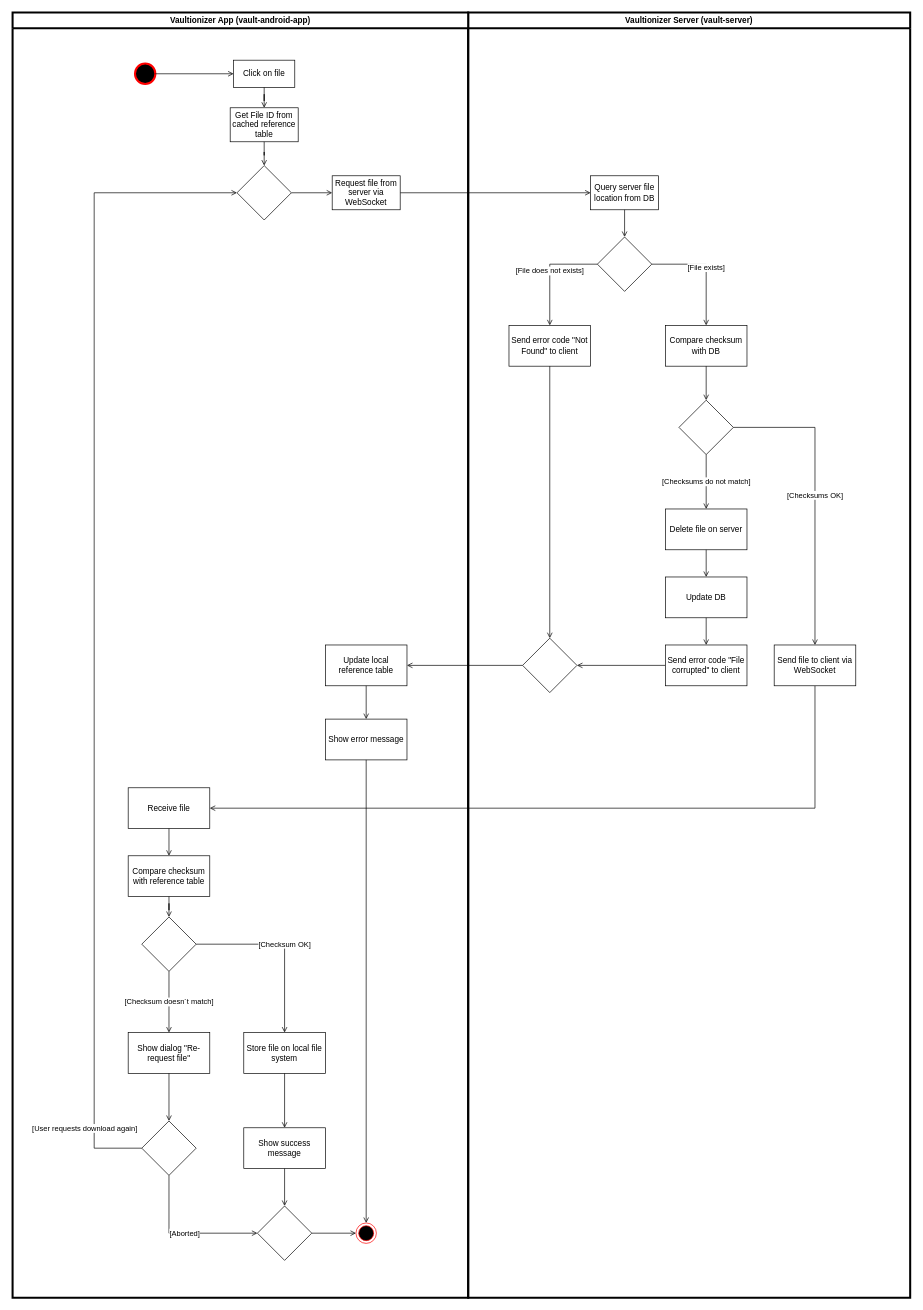
Before: img/use_cases/uc_download_file.drawio in Vaultionizer/vault-docs, a draw.io diagram. Source tidied: cells renumbered, new cells numbered last; positions are measured from the earlier drawing's top-left corner, leaving out a move shared by most shapes. Both pictures are drawn from the tidied source at 68%, with x=0, y=0 at pixel (12, 12).
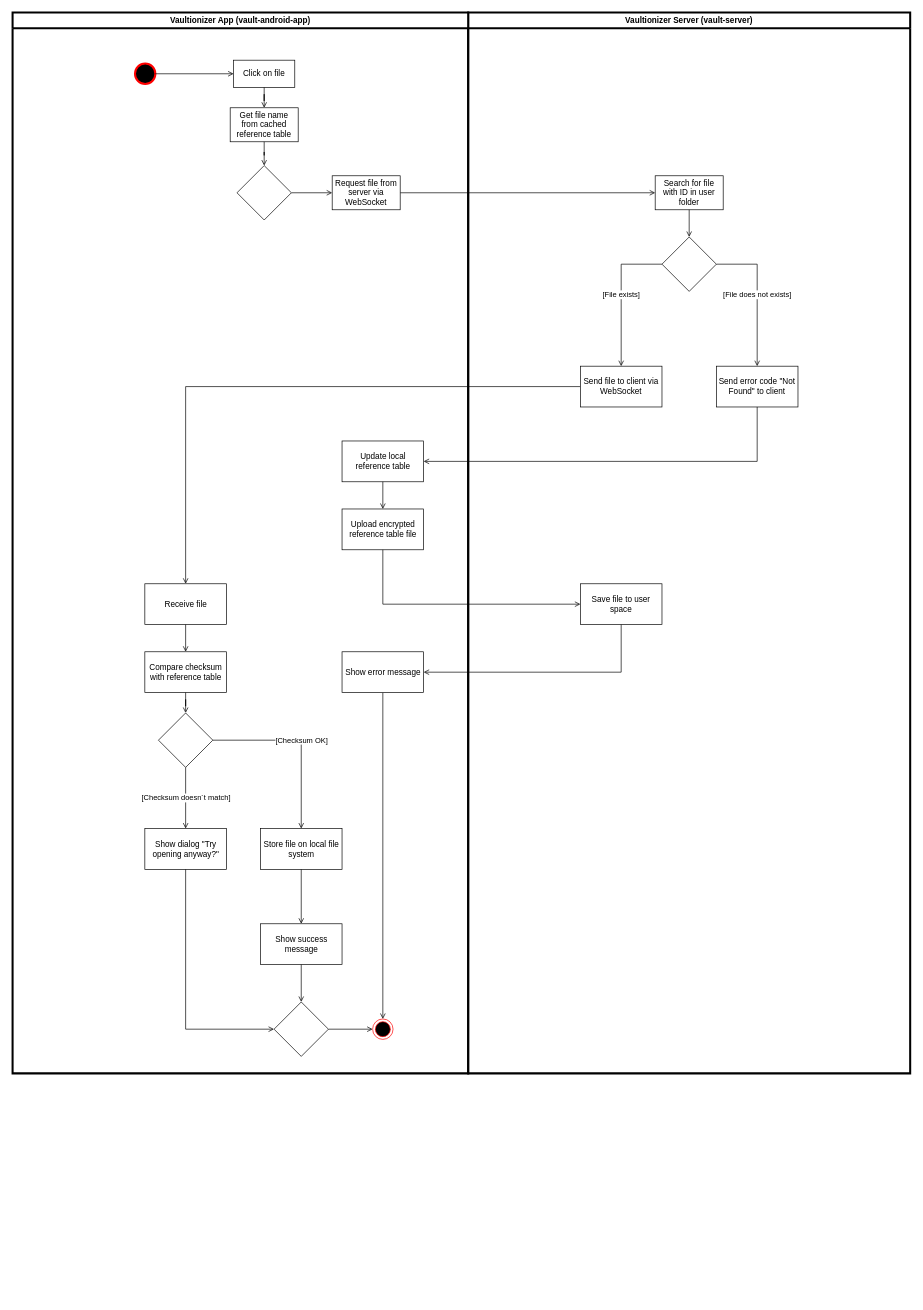
Above is the later version.

The change refers to these unchanged cells:
```xml
<mxCell id="5" style="group;" parent="1" vertex="1">
  <mxGeometry x="670" width="650" height="1890" as="geometry" />
</mxCell>
<mxCell id="27" style="group;" parent="1" vertex="1">
  <mxGeometry width="670" height="1890" as="geometry" />
</mxCell>
<mxCell id="47" style="rhombus;whiteSpace=wrap;html=1;rounded=0;" parent="27" vertex="1">
  <mxGeometry x="330" y="225" width="80" height="80" as="geometry" />
</mxCell>
```

The edit, as a diff of the source:
```diff
@@
-    <mxCell id="3" style="edgeStyle=orthogonalEdgeStyle;rounded=0;jettySize=auto;html=1;exitX=0.5;exitY=1;exitDx=0;exitDy=0;entryX=1;entryY=0.5;entryDx=0;entryDy=0;endArrow=open;endFill=0;strokeColor=#000000;" parent="1" edge="1" source="9" target="35">
+    <mxCell id="3" style="edgeStyle=orthogonalEdgeStyle;rounded=0;jettySize=auto;html=1;exitX=0;exitY=0.5;exitDx=0;exitDy=0;entryX=0.5;entryY=0;entryDx=0;entryDy=0;endArrow=open;endFill=0;strokeColor=#000000;" parent="1" edge="1" source="9" target="35">
       <mxGeometry relative="1" as="geometry" />
     </mxCell>
-    <mxCell id="4" style="edgeStyle=orthogonalEdgeStyle;rounded=0;jettySize=auto;html=1;endArrow=open;endFill=0;strokeColor=#000000;" parent="1" edge="1" source="12" target="33">
-      <mxGeometry relative="1" as="geometry" />
-    </mxCell>
@@
+    <mxCell id="26" value="Vaultionizer Server (vault-server)" style="swimlane;strokeWidth=3;" parent="5" vertex="1">
+      <mxGeometry width="650" height="1560" as="geometry" />
+    </mxCell>
-    <mxCell id="6" value="Query server file location from DB" style="rounded=0;whiteSpace=wrap;html=1;" parent="5" vertex="1">
-      <mxGeometry x="180" y="240" width="100" height="50" as="geometry" />
+    <mxCell id="6" value="Search for file with ID in user folder" style="rounded=0;whiteSpace=wrap;html=1;" parent="26" vertex="1">
+      <mxGeometry x="275" y="240" width="100" height="50" as="geometry" />
     </mxCell>
-    <mxCell id="7" style="rhombus;whiteSpace=wrap;html=1;rounded=0;" parent="5" vertex="1">
-      <mxGeometry x="190" y="330" width="80" height="80" as="geometry" />
+    <mxCell id="7" style="rhombus;whiteSpace=wrap;html=1;rounded=0;" parent="26" vertex="1">
+      <mxGeometry x="285" y="330" width="80" height="80" as="geometry" />
     </mxCell>
-    <mxCell id="8" style="edgeStyle=orthogonalEdgeStyle;rounded=0;jettySize=auto;html=1;endArrow=open;endFill=0;strokeColor=#000000;" parent="5" edge="1" source="6" target="7">
+    <mxCell id="8" style="edgeStyle=orthogonalEdgeStyle;rounded=0;jettySize=auto;html=1;endArrow=open;endFill=0;strokeColor=#000000;" parent="26" edge="1" source="6" target="7">
       <mxGeometry relative="1" as="geometry" />
     </mxCell>
+    <mxCell id="11" value="[File does not exists]" style="edgeStyle=orthogonalEdgeStyle;rounded=0;jettySize=auto;html=1;endArrow=open;endFill=0;strokeColor=#000000;exitX=1;exitY=0.5;exitDx=0;exitDy=0;" parent="26" edge="1" source="7" target="10">
+      <mxGeometry relative="1" as="geometry" />
+    </mxCell>
+    <mxCell id="15" value="[File exists]" style="edgeStyle=orthogonalEdgeStyle;rounded=0;jettySize=auto;html=1;endArrow=open;endFill=0;strokeColor=#000000;exitX=0;exitY=0.5;exitDx=0;exitDy=0;" parent="26" edge="1" source="7" target="9">
+      <mxGeometry relative="1" as="geometry" />
+    </mxCell>
-    <mxCell id="9" value="Send file to client via WebSocket" style="whiteSpace=wrap;html=1;rounded=0;" parent="5" vertex="1">
-      <mxGeometry x="450" y="930" width="120" height="60" as="geometry" />
+    <mxCell id="9" value="Send file to client via WebSocket" style="whiteSpace=wrap;html=1;rounded=0;" parent="26" vertex="1">
+      <mxGeometry x="165" y="520" width="120" height="60" as="geometry" />
     </mxCell>
-    <mxCell id="10" value="Send error code &quot;Not Found&quot; to client" style="whiteSpace=wrap;html=1;rounded=0;" parent="5" vertex="1">
-      <mxGeometry x="60" y="460" width="120" height="60" as="geometry" />
+    <mxCell id="10" value="Send error code &quot;Not Found&quot; to client" style="whiteSpace=wrap;html=1;rounded=0;" parent="26" vertex="1">
+      <mxGeometry x="365" y="520" width="120" height="60" as="geometry" />
     </mxCell>
-    <mxCell id="11" value="[File does not exists]" style="edgeStyle=orthogonalEdgeStyle;rounded=0;jettySize=auto;html=1;endArrow=open;endFill=0;strokeColor=#000000;" parent="5" edge="1" source="7" target="10">
-      <mxGeometry relative="1" as="geometry" />
-    </mxCell>
-    <mxCell id="12" style="rhombus;whiteSpace=wrap;html=1;rounded=0;" parent="5" vertex="1">
-      <mxGeometry x="80" y="920" width="80" height="80" as="geometry" />
-    </mxCell>
-    <mxCell id="13" style="edgeStyle=orthogonalEdgeStyle;rounded=0;jettySize=auto;html=1;endArrow=open;endFill=0;strokeColor=#000000;" parent="5" edge="1" source="10" target="12">
-      <mxGeometry relative="1" as="geometry" />
-    </mxCell>
-    <mxCell id="14" value="&lt;div&gt;Compare checksum with DB&lt;br&gt;&lt;/div&gt;" style="whiteSpace=wrap;html=1;rounded=0;" parent="5" vertex="1">
-      <mxGeometry x="290" y="460" width="120" height="60" as="geometry" />
-    </mxCell>
-    <mxCell id="15" value="[File exists]" style="edgeStyle=orthogonalEdgeStyle;rounded=0;jettySize=auto;html=1;endArrow=open;endFill=0;strokeColor=#000000;exitX=1;exitY=0.5;exitDx=0;exitDy=0;entryX=0.5;entryY=0;entryDx=0;entryDy=0;" parent="5" edge="1" source="7" target="14">
-      <mxGeometry relative="1" as="geometry" />
-    </mxCell>
-    <mxCell id="16" value="[Checksums OK]" style="edgeStyle=orthogonalEdgeStyle;rounded=0;jettySize=auto;html=1;endArrow=open;endFill=0;strokeColor=#000000;" parent="5" edge="1" source="17" target="9">
-      <mxGeometry relative="1" as="geometry" />
-    </mxCell>
-    <mxCell id="17" style="rhombus;whiteSpace=wrap;html=1;rounded=0;" parent="5" vertex="1">
-      <mxGeometry x="310" y="570" width="80" height="80" as="geometry" />
-    </mxCell>
-    <mxCell id="18" style="edgeStyle=orthogonalEdgeStyle;rounded=0;jettySize=auto;html=1;endArrow=open;endFill=0;strokeColor=#000000;" parent="5" edge="1" source="14" target="17">
-      <mxGeometry relative="1" as="geometry" />
-    </mxCell>
-    <mxCell id="19" value="Delete file on server" style="whiteSpace=wrap;html=1;rounded=0;" parent="5" vertex="1">
-      <mxGeometry x="290" y="730" width="120" height="60" as="geometry" />
-    </mxCell>
-    <mxCell id="20" value="[Checksums do not match]" style="edgeStyle=orthogonalEdgeStyle;rounded=0;jettySize=auto;html=1;endArrow=open;endFill=0;strokeColor=#000000;" parent="5" edge="1" source="17" target="19">
-      <mxGeometry relative="1" as="geometry" />
-    </mxCell>
-    <mxCell id="21" value="Update DB" style="whiteSpace=wrap;html=1;rounded=0;" parent="5" vertex="1">
-      <mxGeometry x="290" y="830" width="120" height="60" as="geometry" />
-    </mxCell>
-    <mxCell id="22" style="edgeStyle=orthogonalEdgeStyle;rounded=0;jettySize=auto;html=1;endArrow=open;endFill=0;strokeColor=#000000;" parent="5" edge="1" source="19" target="21">
-      <mxGeometry relative="1" as="geometry" />
-    </mxCell>
-    <mxCell id="23" style="edgeStyle=orthogonalEdgeStyle;rounded=0;jettySize=auto;html=1;exitX=0;exitY=0.5;exitDx=0;exitDy=0;entryX=1;entryY=0.5;entryDx=0;entryDy=0;endArrow=open;endFill=0;strokeColor=#000000;" parent="5" edge="1" source="24" target="12">
-      <mxGeometry relative="1" as="geometry" />
-    </mxCell>
-    <mxCell id="24" value="Send error code &quot;File corrupted&quot; to client" style="whiteSpace=wrap;html=1;rounded=0;" parent="5" vertex="1">
-      <mxGeometry x="290" y="930" width="120" height="60" as="geometry" />
-    </mxCell>
-    <mxCell id="25" style="edgeStyle=orthogonalEdgeStyle;rounded=0;jettySize=auto;html=1;endArrow=open;endFill=0;strokeColor=#000000;" parent="5" edge="1" source="21" target="24">
-      <mxGeometry relative="1" as="geometry" />
-    </mxCell>
-    <mxCell id="26" value="Vaultionizer Server (vault-server)" style="swimlane;strokeWidth=3;" parent="5" vertex="1">
-      <mxGeometry width="650" height="1890" as="geometry" />
-    </mxCell>
+    <mxCell id="62" value="Save file to user space" style="whiteSpace=wrap;html=1;rounded=0;" parent="26" vertex="1">
+      <mxGeometry x="165" y="840" width="120" height="60" as="geometry" />
+    </mxCell>
@@
-    <mxCell id="29" value="Get File ID from cached reference table" style="rounded=0;whiteSpace=wrap;html=1;" parent="27" vertex="1">
+    <mxCell id="29" value="Get file name from cached reference table" style="rounded=0;whiteSpace=wrap;html=1;" parent="27" vertex="1">
       <mxGeometry x="320" y="140" width="100" height="50" as="geometry" />
     </mxCell>
@@
-    <mxCell id="32" value="Show error message" style="whiteSpace=wrap;html=1;rounded=0;" parent="27" vertex="1">
-      <mxGeometry x="460" y="1039" width="120" height="60" as="geometry" />
-    </mxCell>
     <mxCell id="33" value="Update local reference table" style="whiteSpace=wrap;html=1;rounded=0;" parent="27" vertex="1">
-      <mxGeometry x="460" y="930" width="120" height="60" as="geometry" />
+      <mxGeometry x="484.5" y="630" width="120" height="60" as="geometry" />
     </mxCell>
-    <mxCell id="34" style="edgeStyle=orthogonalEdgeStyle;rounded=0;jettySize=auto;html=1;endArrow=open;endFill=0;strokeColor=#000000;" parent="27" edge="1" source="33" target="32">
-      <mxGeometry relative="1" as="geometry" />
-    </mxCell>
     <mxCell id="35" value="Receive file" style="whiteSpace=wrap;html=1;rounded=0;" parent="27" vertex="1">
-      <mxGeometry x="170" y="1140" width="120" height="60" as="geometry" />
+      <mxGeometry x="194.5" y="840" width="120" height="60" as="geometry" />
     </mxCell>
     <mxCell id="36" value="Compare checksum with reference table" style="whiteSpace=wrap;html=1;rounded=0;" parent="27" vertex="1">
-      <mxGeometry x="170" y="1240" width="120" height="60" as="geometry" />
+      <mxGeometry x="194.5" y="940" width="120" height="60" as="geometry" />
     </mxCell>
@@
     <mxCell id="38" style="rhombus;whiteSpace=wrap;html=1;rounded=0;" parent="27" vertex="1">
-      <mxGeometry x="190" y="1330" width="80" height="80" as="geometry" />
+      <mxGeometry x="214.5" y="1030" width="80" height="80" as="geometry" />
     </mxCell>
@@
     <mxCell id="40" value="Store file on local file system" style="whiteSpace=wrap;html=1;rounded=0;" parent="27" vertex="1">
-      <mxGeometry x="340" y="1500" width="120" height="60" as="geometry" />
+      <mxGeometry x="364.5" y="1200" width="120" height="60" as="geometry" />
     </mxCell>
@@
-    <mxCell id="42" value="Show dialog &quot;Re-request file&quot;" style="whiteSpace=wrap;html=1;rounded=0;" parent="27" vertex="1">
-      <mxGeometry x="170" y="1500" width="120" height="60" as="geometry" />
+    <mxCell id="42" value="Show dialog &quot;Try opening anyway?&quot;" style="whiteSpace=wrap;html=1;rounded=0;" parent="27" vertex="1">
+      <mxGeometry x="194.5" y="1200" width="120" height="60" as="geometry" />
     </mxCell>
@@
-    <mxCell id="44" style="rhombus;whiteSpace=wrap;html=1;rounded=0;" parent="27" vertex="1">
-      <mxGeometry x="190" y="1630" width="80" height="80" as="geometry" />
-    </mxCell>
-    <mxCell id="45" style="edgeStyle=orthogonalEdgeStyle;rounded=0;jettySize=auto;html=1;endArrow=open;endFill=0;strokeColor=#000000;" parent="27" edge="1" source="42" target="44">
+    <mxCell id="45" style="edgeStyle=orthogonalEdgeStyle;rounded=0;jettySize=auto;html=1;endArrow=open;endFill=0;strokeColor=#000000;entryX=0;entryY=0.5;entryDx=0;entryDy=0;exitX=0.5;exitY=1;exitDx=0;exitDy=0;" parent="27" edge="1" source="42" target="56">
       <mxGeometry relative="1" as="geometry" />
     </mxCell>
@@
-    <mxCell id="49" style="edgeStyle=orthogonalEdgeStyle;rounded=0;jettySize=auto;html=1;entryX=0;entryY=0.5;entryDx=0;entryDy=0;endArrow=open;endFill=0;strokeColor=#000000;exitX=0;exitY=0.5;exitDx=0;exitDy=0;" parent="27" edge="1" source="44" target="47">
-      <mxGeometry relative="1" as="geometry">
-        <Array as="points">
-          <mxPoint x="120" y="1670" />
-          <mxPoint x="120" y="265" />
-        </Array>
-      </mxGeometry>
-    </mxCell>
-    <mxCell id="50" value="[User requests download again]" style="edgeLabel;html=1;align=center;verticalAlign=middle;" parent="49" vertex="1">
-      <mxGeometry x="-0.88" y="-1" relative="1" as="geometry">
-        <mxPoint x="-15.5" y="1" as="offset" />
-      </mxGeometry>
-    </mxCell>
     <mxCell id="51" value="Show success message" style="whiteSpace=wrap;html=1;rounded=0;" parent="27" vertex="1">
-      <mxGeometry x="340" y="1640" width="120" height="60" as="geometry" />
+      <mxGeometry x="364.5" y="1340" width="120" height="60" as="geometry" />
     </mxCell>
@@
     <mxCell id="53" style="ellipse;html=1;shape=endState;fillColor=#000000;strokeColor=#ff0000;" parent="27" vertex="1">
-      <mxGeometry x="505" y="1780" width="30" height="30" as="geometry" />
+      <mxGeometry x="529.5" y="1480" width="30" height="30" as="geometry" />
     </mxCell>
@@
     <mxCell id="56" style="rhombus;whiteSpace=wrap;html=1;rounded=0;" parent="27" vertex="1">
-      <mxGeometry x="360" y="1755" width="80" height="80" as="geometry" />
+      <mxGeometry x="384.5" y="1455" width="80" height="80" as="geometry" />
     </mxCell>
-    <mxCell id="57" value="[Aborted]" style="edgeStyle=orthogonalEdgeStyle;rounded=0;jettySize=auto;html=1;endArrow=open;endFill=0;strokeColor=#000000;exitX=0.5;exitY=1;exitDx=0;exitDy=0;entryX=0;entryY=0.5;entryDx=0;entryDy=0;" parent="27" edge="1" source="44" target="56">
-      <mxGeometry relative="1" as="geometry" />
-    </mxCell>
@@
     <mxCell id="59" value="Vaultionizer App (vault-android-app)" style="swimlane;strokeWidth=3;" parent="27" vertex="1">
-      <mxGeometry width="670" height="1890" as="geometry" />
+      <mxGeometry width="670" height="1560" as="geometry" />
     </mxCell>
@@
+    <mxCell id="32" value="Show error message" style="whiteSpace=wrap;html=1;rounded=0;" parent="59" vertex="1">
+      <mxGeometry x="484.5" y="940" width="120" height="60" as="geometry" />
+    </mxCell>
+    <mxCell id="63" value="Upload encrypted reference table file" style="whiteSpace=wrap;html=1;rounded=0;" parent="59" vertex="1">
+      <mxGeometry x="484.5" y="730" width="120" height="60" as="geometry" />
+    </mxCell>
@@
+    <mxCell id="64" style="edgeStyle=orthogonalEdgeStyle;rounded=0;jettySize=auto;html=1;endArrow=open;endFill=0;" parent="27" edge="1" source="33" target="63">
+      <mxGeometry relative="1" as="geometry" />
+    </mxCell>
+    <mxCell id="13" style="edgeStyle=orthogonalEdgeStyle;rounded=0;jettySize=auto;html=1;endArrow=open;endFill=0;strokeColor=#000000;entryX=1;entryY=0.5;entryDx=0;entryDy=0;exitX=0.5;exitY=1;exitDx=0;exitDy=0;" parent="1" edge="1" source="10" target="33">
+      <mxGeometry relative="1" as="geometry" />
+    </mxCell>
+    <mxCell id="65" style="edgeStyle=orthogonalEdgeStyle;rounded=0;jettySize=auto;html=1;entryX=0;entryY=0.5;entryDx=0;entryDy=0;exitX=0.5;exitY=1;exitDx=0;exitDy=0;endArrow=open;endFill=0;" parent="1" edge="1" source="63" target="62">
+      <mxGeometry relative="1" as="geometry" />
+    </mxCell>
+    <mxCell id="66" style="edgeStyle=orthogonalEdgeStyle;rounded=0;jettySize=auto;html=1;exitX=0.5;exitY=1;exitDx=0;exitDy=0;entryX=1;entryY=0.5;entryDx=0;entryDy=0;endArrow=open;endFill=0;" parent="1" edge="1" source="62" target="32">
+      <mxGeometry relative="1" as="geometry" />
+    </mxCell>
```
